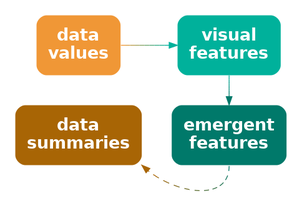
Before: Diagrams/data-vis-vis-stat-only.png, a diagram exported from Graphviz (pmur002/hdvw). Its source is kept beside it as Diagrams/data-vis-vis-stat-only.dot.
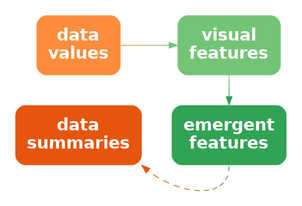
Later version of the same file.

Change to the diagram source:
```diff
@@ -1,15 +1,15 @@
 digraph {
   graph [ rankdir=LR; margin=.2; nodesep=.5 ];
   node [ fontsize=20; fontname="sans bold"; margin=.2 ];
-  data [ label="data\nvalues"; shape=box; style="filled, rounded"; penwidth=0; fontcolor=white; fillcolor="#F09736" ]
-  stat [ label="data\nsummaries"; shape=box; style="filled, rounded"; penwidth=0; fontcolor=white; fillcolor="#A86505" ]
+  data [ label="data\nvalues"; shape=box; style="filled, rounded"; penwidth=0; fontcolor=white; fillcolor="#FD8D3C" ]
+  stat [ label="data\nsummaries"; shape=box; style="filled, rounded"; penwidth=0; fontcolor=white; fillcolor="#E6550D" ]
   vis [ label="visual\nfeatures"; shape=box;
-     style="filled, rounded"; penwidth=0; fontcolor=white; fillcolor="#00B19B" ]
+     style="filled, rounded"; penwidth=0; fontcolor=white; fillcolor="#74C476" ]
   add [ label="emergent\nfeatures"; shape=box;
-     style="filled, rounded"; penwidth=0; fontcolor=white; fillcolor="#00796A" ]
-  data -> vis [ color="#F09736;0.1:#D59A41;0.1:#BB9D4C;0.1:#A0A058;0.1:#85A363;0.1:#6BA56E;0.1:#50A879;0.1:#35AB85;0.1:#1BAE90;0.1:#00B19B;0.1" ]
-  vis -> add [ color="#00B19B;0.1:#00AB96;0.1:#00A590;0.1:#009E8B;0.1:#009885;0.1:#009280;0.1:#008C7A;0.1:#008575;0.1:#007F6F;0.1:#00796A;0.1" ]
-  add:s -> stat:se [ style="dashed", color="#00796A;0.1:#13775F;0.1:#257554;0.1:#387248;0.1:#4B703D;0.1:#5D6E32;0.1:#706C27;0.1:#83691B;0.1:#956710;0.1:#A86505;0.1" ]
+     style="filled, rounded"; penwidth=0; fontcolor=white; fillcolor="#31A354" ]
+  data -> vis [ color="#FD8D3C;0.1:#EE9342;0.1:#DF9949;0.1:#CF9F4F;0.1:#C0A556;0.1:#B1AC5C;0.1:#A2B263;0.1:#92B869;0.1:#83BE70;0.1:#74C476;0.1" ]
+  vis -> add [ color="#74C476;0.1:#6DC072;0.1:#65BD6E;0.1:#5EB96B;0.1:#56B567;0.1:#4FB263;0.1:#47AE5F;0.1:#40AA5C;0.1:#38A758;0.1:#31A354;0.1" ]
+  add:s -> stat:se [ style="dashed", color="#31A354;0.1:#459A4C;0.1:#599244;0.1:#6D893C;0.1:#818034;0.1:#96782D;0.1:#AA6F25;0.1:#BE661D;0.1:#D25E15;0.1:#E6550D;0.1" ]
 { rank=same; data, stat }
 { rank=same; vis, add }
 }
```
